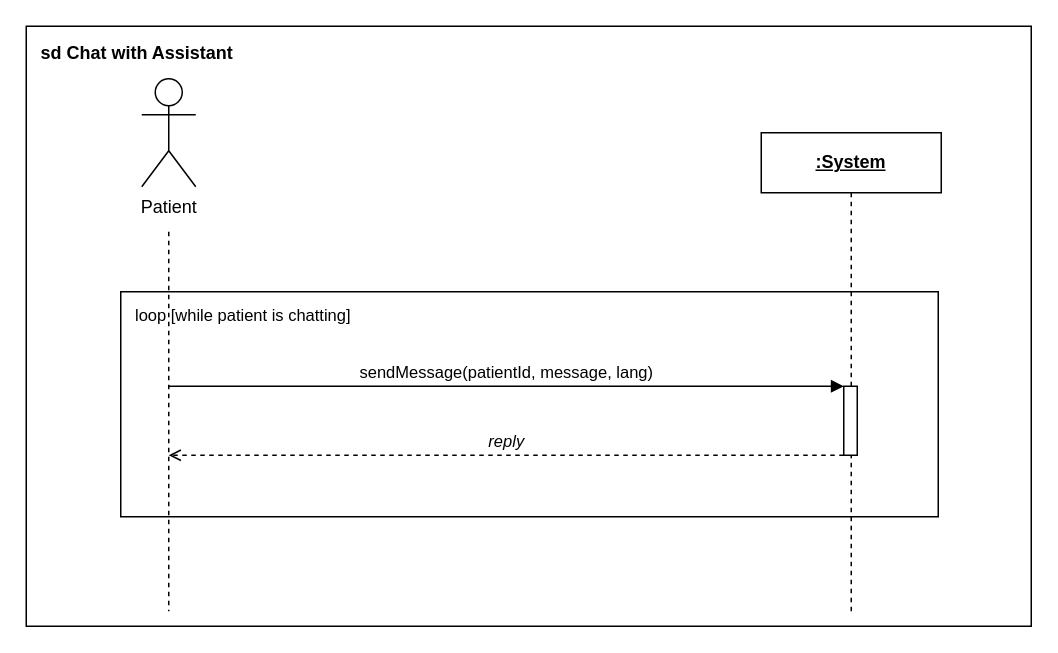
Before: docs/diagrams/ssd-chat.drawio.xml in Iraj-Shahzad/memoracare-, a draw.io diagram. Source tidied: cells renumbered, new cells numbered last; positions are measured from the earlier drawing's top-left corner, leaving out a move shared by most shapes. Both pictures are drawn from the tidied source at 150%, with x=0, y=0 at pixel (26, 26).
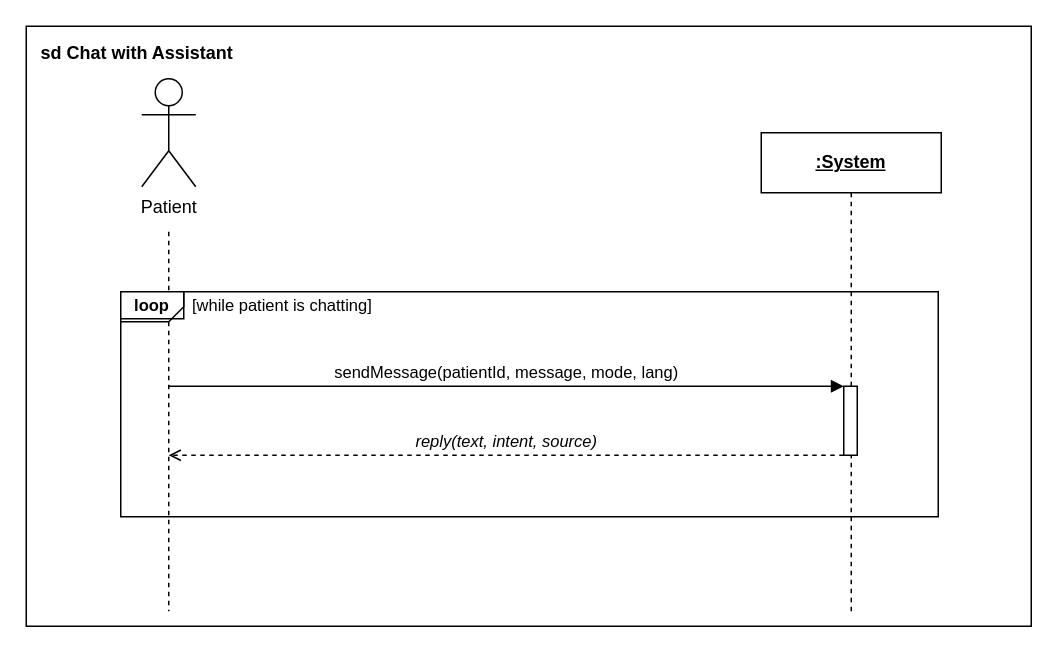
Above is the later version.

Diff of the diagram source:
```diff
@@
 <mxGraphModel>
   <root>
     <mxCell id="0" />
     <mxCell id="1" parent="0" />
     <mxCell id="2" value="sd  Chat with Assistant" style="rounded=0;whiteSpace=wrap;html=1;verticalAlign=top;align=left;spacingLeft=8;spacingTop=4;fontStyle=1;" parent="1" vertex="1">
       <mxGeometry width="670" height="400" as="geometry" />
     </mxCell>
     <mxCell id="3" value="Patient" style="shape=umlActor;verticalLabelPosition=bottom;verticalAlign=top;html=1;" parent="1" vertex="1">
       <mxGeometry x="77" y="35" width="36" height="72" as="geometry" />
     </mxCell>
     <mxCell id="4" style="endArrow=none;dashed=1;html=1;" parent="1" edge="1">
       <mxGeometry relative="1" as="geometry">
         <mxPoint x="95" y="137" as="sourcePoint" />
         <mxPoint x="95" y="390" as="targetPoint" />
       </mxGeometry>
     </mxCell>
     <mxCell id="5" value=":System" style="rounded=0;whiteSpace=wrap;html=1;fontStyle=5;" parent="1" vertex="1">
       <mxGeometry x="490" y="71" width="120" height="40" as="geometry" />
     </mxCell>
     <mxCell id="6" style="endArrow=none;dashed=1;html=1;" parent="1" edge="1">
       <mxGeometry relative="1" as="geometry">
         <mxPoint x="550" y="111" as="sourcePoint" />
         <mxPoint x="550" y="390" as="targetPoint" />
       </mxGeometry>
     </mxCell>
-    <mxCell id="7" value="loop  [while patient is chatting]" style="rounded=0;whiteSpace=wrap;html=1;verticalAlign=top;align=left;spacingLeft=8;spacingTop=3;fontSize=11;fillColor=none;" parent="1" vertex="1">
+    <mxCell id="7" style="rounded=0;whiteSpace=wrap;html=1;fillColor=none;strokeColor=#000000;" parent="1" vertex="1">
       <mxGeometry x="63" y="177" width="545" height="150" as="geometry" />
     </mxCell>
+    <mxCell id="11" value="loop" style="shape=mxgraph.sysml.package;html=1;whiteSpace=wrap;fillColor=#ffffff;strokeColor=#000000;fontSize=11;fontStyle=1;align=center;verticalAlign=middle;" parent="1" vertex="1">
+      <mxGeometry x="63" y="177" width="42" height="18" as="geometry" />
+    </mxCell>
+    <mxCell id="12" value="[while patient is chatting]" style="text;html=1;strokeColor=none;fillColor=none;align=left;verticalAlign=middle;fontSize=11;" parent="1" vertex="1">
+      <mxGeometry x="109" y="177" width="200" height="18" as="geometry" />
+    </mxCell>
-    <mxCell id="8" value="sendMessage(patientId, message, lang)" style="html=1;endArrow=block;fillColor=#000000;align=center;verticalAlign=bottom;" parent="1" edge="1">
+    <mxCell id="8" value="sendMessage(patientId, message, mode, lang)" style="html=1;endArrow=block;fillColor=#000000;align=center;verticalAlign=bottom;" parent="1" edge="1">
       <mxGeometry relative="1" as="geometry">
         <mxPoint x="95" y="240" as="sourcePoint" />
         <mxPoint x="545" y="240" as="targetPoint" />
       </mxGeometry>
     </mxCell>
     <mxCell id="9" style="rounded=0;whiteSpace=wrap;html=1;fillColor=#ffffff;" parent="1" vertex="1">
       <mxGeometry x="545" y="240" width="9" height="46" as="geometry" />
     </mxCell>
-    <mxCell id="10" value="reply" style="html=1;endArrow=open;dashed=1;align=center;verticalAlign=bottom;fontStyle=2;" parent="1" edge="1">
+    <mxCell id="10" value="reply(text, intent, source)" style="html=1;endArrow=open;dashed=1;align=center;verticalAlign=bottom;fontStyle=2;" parent="1" edge="1">
       <mxGeometry relative="1" as="geometry">
         <mxPoint x="545" y="286" as="sourcePoint" />
         <mxPoint x="95" y="286" as="targetPoint" />
       </mxGeometry>
     </mxCell>
   </root>
 </mxGraphModel>
```
